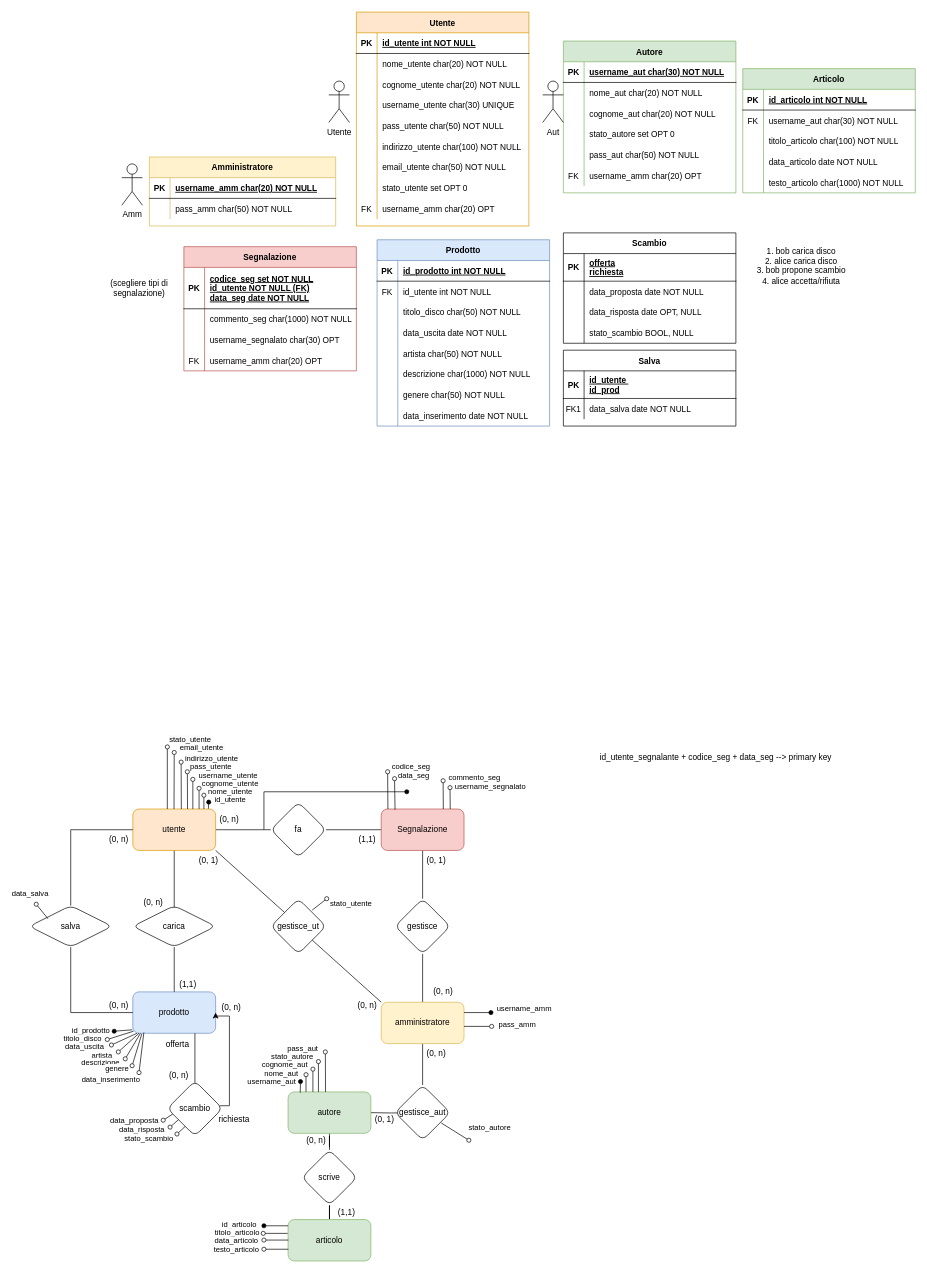
Before: testDraw.drawio in nonPitte/testDraw, a draw.io diagram. Source tidied: cells renumbered, new cells numbered last; positions are measured from the earlier drawing's top-left corner, leaving out a move shared by most shapes. Both pictures are drawn from the tidied source at 69%, with x=0, y=0 at pixel (29, 12).
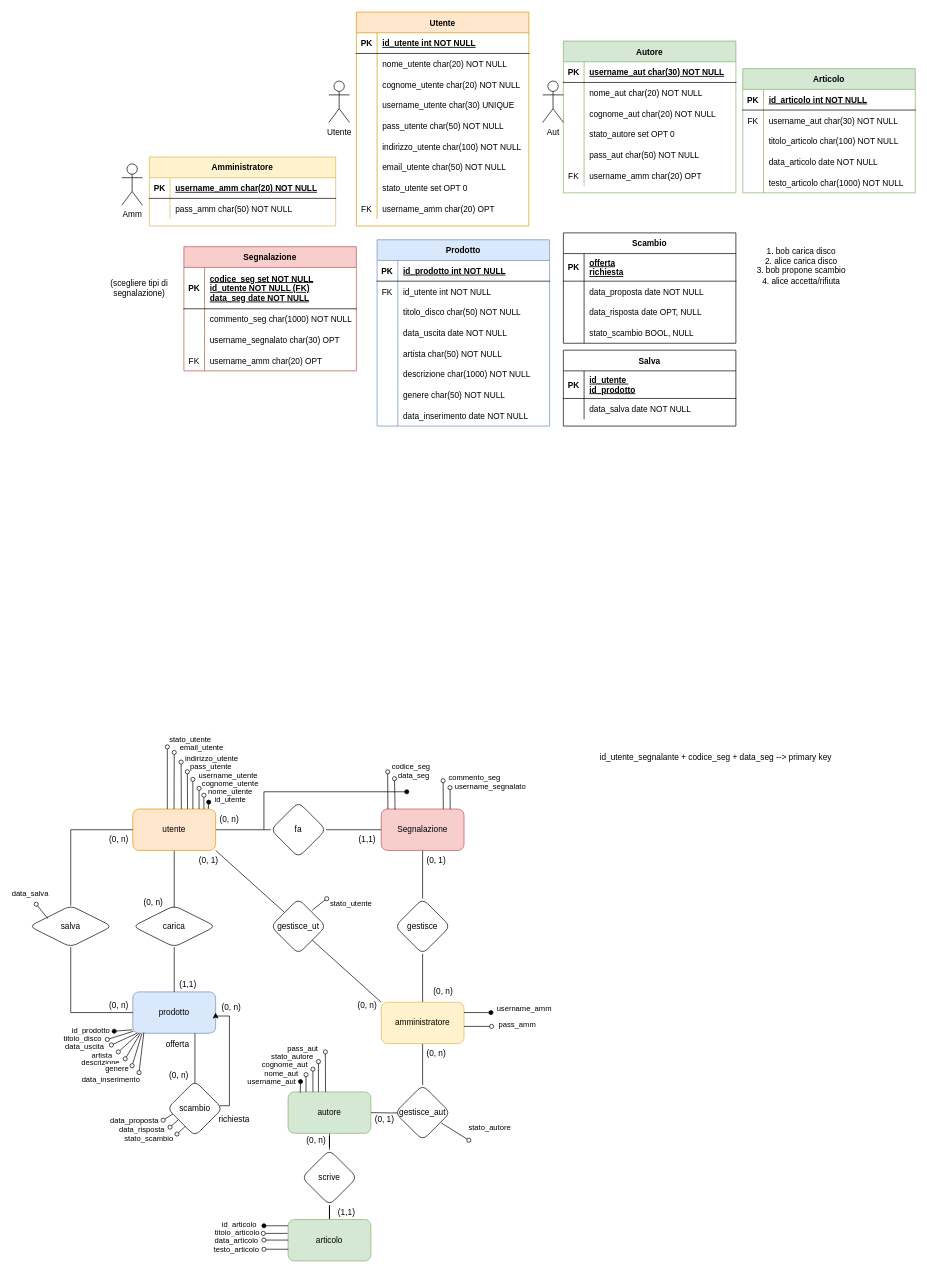
The same diagram, later.

Unchanged cells that the change refers to:
```xml
<mxCell id="97" style="shape=partialRectangle;fillColor=none;top=0;left=0;right=0;bottom=1;" parent="96" vertex="1">
  <mxGeometry y="30" width="250" height="40" as="geometry" />
</mxCell>
<mxCell id="100" style="shape=partialRectangle;fillColor=none;top=0;left=0;right=0;bottom=0;" parent="96" vertex="1">
  <mxGeometry y="70" width="250" height="30" as="geometry" />
</mxCell>
```

Change to the diagram source:
```diff
@@
-    <mxCell id="99" value="id_utente &#10;id_prod" style="shape=partialRectangle;overflow=hidden;fillColor=none;top=0;left=0;bottom=0;right=0;align=left;spacingLeft=6;fontStyle=5;" parent="97" vertex="1">
+    <mxCell id="99" value="id_utente &#10;id_prodotto" style="shape=partialRectangle;overflow=hidden;fillColor=none;top=0;left=0;bottom=0;right=0;align=left;spacingLeft=6;fontStyle=5;" parent="97" vertex="1">
       <mxGeometry x="30" width="220" height="40" as="geometry" />
     </mxCell>
@@
-    <mxCell id="101" value="FK1" style="shape=partialRectangle;overflow=hidden;fillColor=none;top=0;left=0;bottom=0;right=0;" parent="100" vertex="1">
+    <mxCell id="101" style="shape=partialRectangle;overflow=hidden;fillColor=none;top=0;left=0;bottom=0;right=0;" parent="100" vertex="1">
       <mxGeometry width="30" height="30" as="geometry" />
     </mxCell>
```
